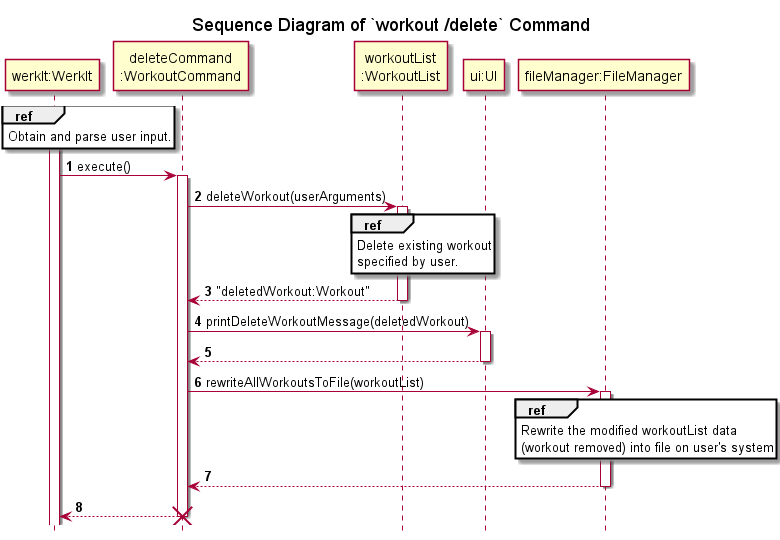
Above: docs/uml/sequenceDiagrams/workouts/images/deleteWorkout-Part1.png in nus-cs2113-AY2122S2/tp (PlantUML), before the change.
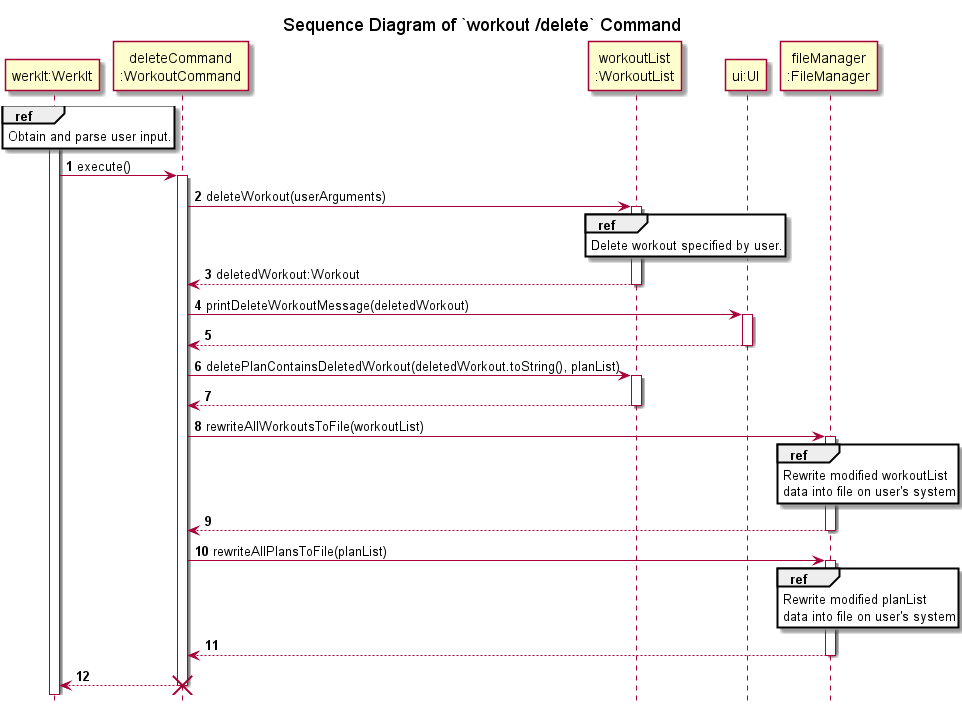
Above is the later version.

Commit message:
Modify workout delete to satisfy SLAP

What changed in the source:
```diff
@@ -10,7 +10,7 @@
 participant "deleteCommand\n:WorkoutCommand" AS deleteCommand
 participant "workoutList\n:WorkoutList" AS WorkoutList
 participant "ui:UI" AS UI2
-participant "fileManager:FileManager" as FileManager
+participant "fileManager\n:FileManager" as FileManager
 
 activate WerkIt
 ref over WerkIt
@@ -22,10 +22,9 @@
 deleteCommand -> WorkoutList : deleteWorkout(userArguments)
 activate WorkoutList
 ref over WorkoutList
-Delete existing workout
-specified by user.
+Delete workout specified by user.
 end
-deleteCommand <-- WorkoutList : "deletedWorkout:Workout"
+deleteCommand <-- WorkoutList : deletedWorkout:Workout
 deactivate WorkoutList
 
 deleteCommand -> UI2 : printDeleteWorkoutMessage(deletedWorkout)
@@ -33,11 +32,25 @@
 deleteCommand <-- UI2
 deactivate UI2
 
+deleteCommand -> WorkoutList : deletePlanContainsDeletedWorkout(deletedWorkout.toString(), planList)
+activate WorkoutList
+deleteCommand <-- WorkoutList
+deactivate WorkoutList
+
 deleteCommand -> FileManager : rewriteAllWorkoutsToFile(workoutList)
 activate FileManager
 ref over FileManager
-Rewrite the modified workoutList data
-(workout removed) into file on user's system
+Rewrite modified workoutList
+data into file on user's system
+end
+deleteCommand <-- FileManager
+deactivate FileManager
+
+deleteCommand -> FileManager : rewriteAllPlansToFile(planList)
+activate FileManager
+ref over FileManager
+Rewrite modified planList
+data into file on user's system
 end
 deleteCommand <-- FileManager
 deactivate FileManager
```
